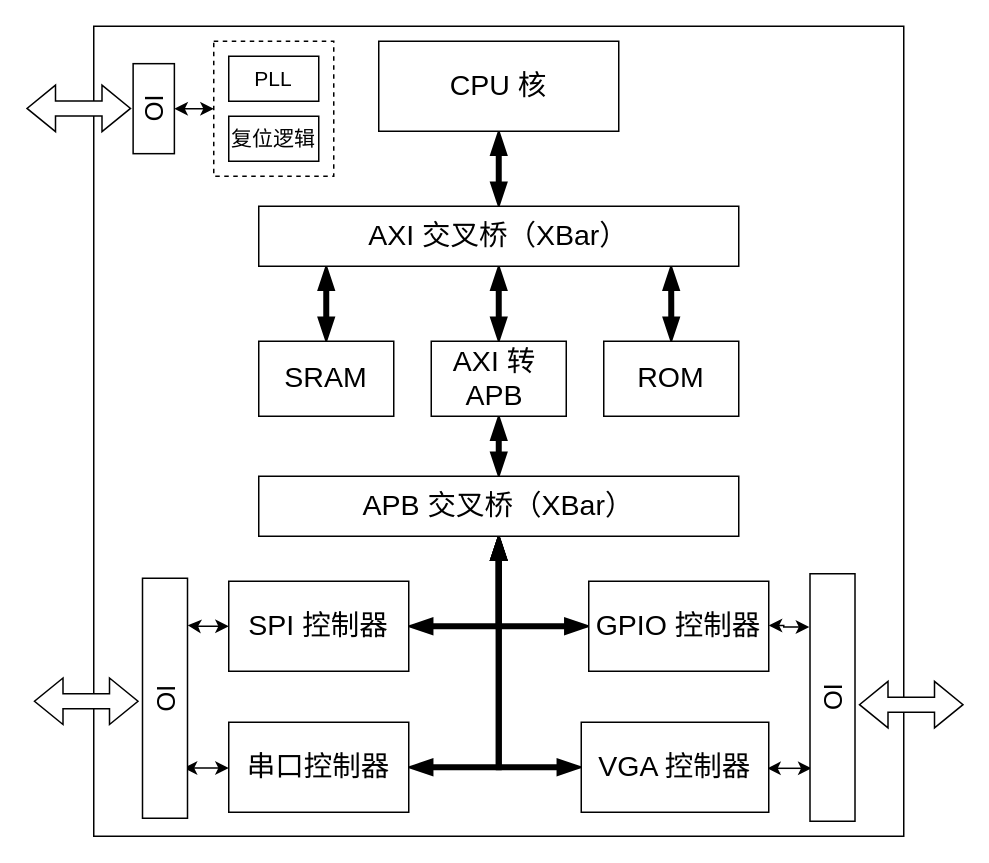
Above: assets/SoC_Arc.drawio in FurryAcetylCoA/biyelunwen (draw.io), before the change. Source tidied: cells renumbered, new cells numbered last; positions are measured from the earlier drawing's top-left corner, leaving out a move shared by most shapes. Both pictures are drawn from the tidied source at 150%, with x=0, y=0 at pixel (26, 26).
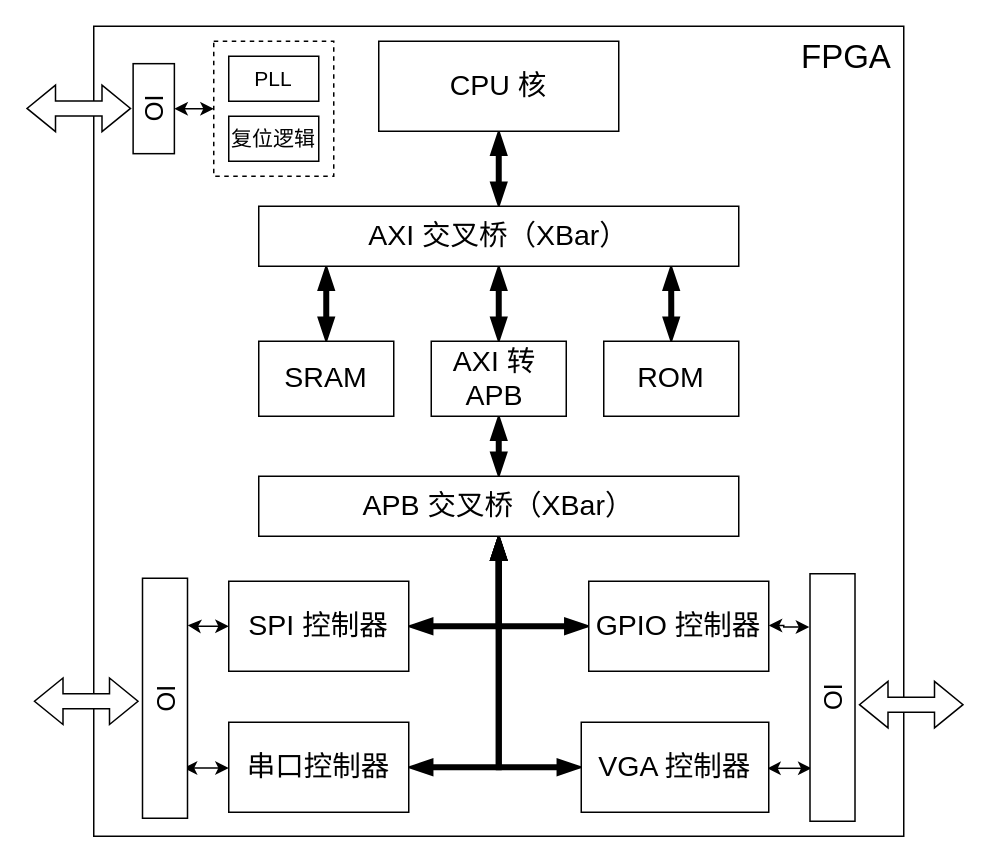
The same diagram, later.

Change to the diagram source:
```diff
@@
+    <mxCell id="37" value="FPGA" style="text;whiteSpace=wrap;fontSize=22;" parent="1" vertex="1">
+      <mxGeometry x="515" y="1.2" width="70" height="40" as="geometry" />
+    </mxCell>
```
